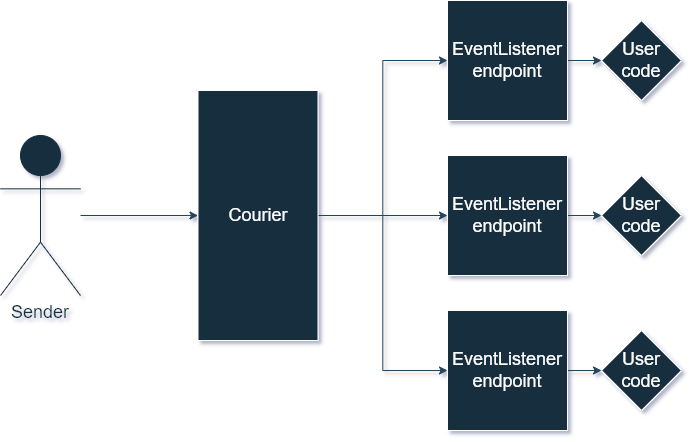
Above: docs/2-essentials/images/event-listener-package-life-cycle.drawio.png in VasiliyKolihalov/FatNetLib (draw.io), before the change. Source tidied: cells renumbered, new cells last; positions are measured from the earlier drawing's top-left corner, leaving out a move shared by most shapes.
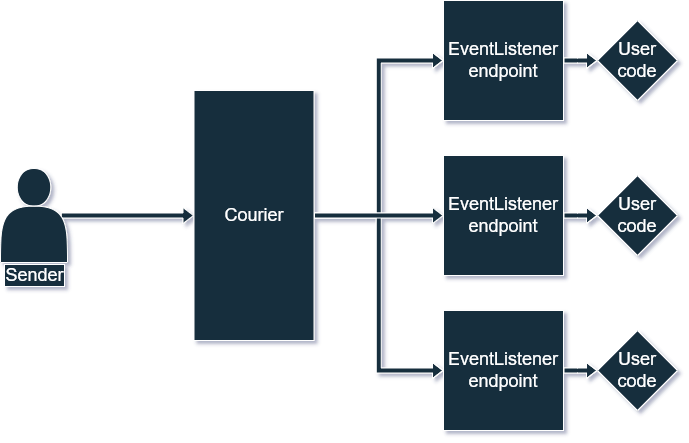
After the commit.

What changed in the source:
```diff
@@ -2,34 +2,31 @@
   <root>
     <mxCell id="0" />
     <mxCell id="1" parent="0" />
-    <mxCell id="2" style="edgeStyle=orthogonalEdgeStyle;rounded=0;jettySize=auto;html=1;entryX=0;entryY=0.5;entryDx=0;entryDy=0;strokeColor=#23445D;" parent="1" edge="1" source="5" target="12">
-      <mxGeometry relative="1" as="geometry" />
-    </mxCell>
-    <mxCell id="3" style="edgeStyle=orthogonalEdgeStyle;rounded=0;jettySize=auto;html=1;strokeColor=#23445D;" parent="1" edge="1" source="5" target="8">
+    <mxCell id="3" style="edgeStyle=orthogonalEdgeStyle;rounded=0;jettySize=auto;html=1;strokeColor=#FFFFFF;shape=flexArrow;fontSize=18;strokeWidth=1;shadow=0;fillColor=#182E3E;arcSize=20;endSize=3.1619047619047618;width=5;startWidth=20;endWidth=10;" parent="1" edge="1" source="5" target="8">
       <mxGeometry relative="1" as="geometry" />
     </mxCell>
-    <mxCell id="4" style="edgeStyle=orthogonalEdgeStyle;rounded=0;jettySize=auto;html=1;exitX=1;exitY=0.5;exitDx=0;exitDy=0;entryX=0;entryY=0.5;entryDx=0;entryDy=0;strokeColor=#23445D;" parent="1" edge="1" source="5" target="10">
+    <mxCell id="4" style="edgeStyle=orthogonalEdgeStyle;rounded=0;jettySize=auto;html=1;exitX=1;exitY=0.5;exitDx=0;exitDy=0;entryX=0;entryY=0.5;entryDx=0;entryDy=0;strokeColor=#FFFFFF;shape=flexArrow;fontSize=18;strokeWidth=1;shadow=0;fillColor=#182E3E;arcSize=20;endSize=3.1619047619047618;width=5;endWidth=10;" parent="1" edge="1" source="5" target="10">
       <mxGeometry relative="1" as="geometry" />
     </mxCell>
     <mxCell id="5" value="Courier" style="rounded=0;whiteSpace=wrap;html=1;strokeColor=#FFFFFF;fontColor=#FFFFFF;fillColor=#182E3E;labelBackgroundColor=none;fontSize=18;" parent="1" vertex="1">
       <mxGeometry x="197.5" y="90" width="120" height="250" as="geometry" />
     </mxCell>
-    <mxCell id="6" style="edgeStyle=orthogonalEdgeStyle;rounded=0;jettySize=auto;html=1;strokeColor=#23445D;" parent="1" edge="1" source="16" target="5">
+    <mxCell id="6" style="edgeStyle=orthogonalEdgeStyle;rounded=0;jettySize=auto;html=1;strokeColor=#FFFFFF;shape=flexArrow;fontSize=18;strokeWidth=1;shadow=0;fillColor=#182E3E;arcSize=20;endSize=3.1619047619047618;width=5;endWidth=10;exitX=0.9;exitY=0.5;exitDx=0;exitDy=0;exitPerimeter=0;" parent="1" edge="1" source="17" target="5">
       <mxGeometry relative="1" as="geometry" />
     </mxCell>
-    <mxCell id="7" style="edgeStyle=orthogonalEdgeStyle;rounded=0;jettySize=auto;html=1;entryX=0;entryY=0.5;entryDx=0;entryDy=0;strokeColor=#23445D;" parent="1" edge="1" source="8" target="13">
+    <mxCell id="7" style="edgeStyle=orthogonalEdgeStyle;rounded=0;jettySize=auto;html=1;entryX=0;entryY=0.5;entryDx=0;entryDy=0;strokeColor=#FFFFFF;shape=flexArrow;fontSize=18;strokeWidth=1;shadow=0;fillColor=#182E3E;arcSize=20;endSize=3.1619047619047618;width=5;endWidth=10;" parent="1" edge="1" source="8" target="13">
       <mxGeometry relative="1" as="geometry" />
     </mxCell>
     <mxCell id="8" value="EventListener&lt;br&gt;endpoint" style="rounded=0;whiteSpace=wrap;html=1;strokeColor=#FFFFFF;fontColor=#FFFFFF;fillColor=#182E3E;labelBackgroundColor=none;fontSize=18;" parent="1" vertex="1">
       <mxGeometry x="447" width="120" height="120" as="geometry" />
     </mxCell>
-    <mxCell id="9" style="edgeStyle=orthogonalEdgeStyle;rounded=0;jettySize=auto;html=1;entryX=0;entryY=0.5;entryDx=0;entryDy=0;strokeColor=#23445D;" parent="1" edge="1" source="10" target="15">
+    <mxCell id="9" style="edgeStyle=orthogonalEdgeStyle;rounded=0;jettySize=auto;html=1;entryX=0;entryY=0.5;entryDx=0;entryDy=0;strokeColor=#FFFFFF;shape=flexArrow;fontSize=18;strokeWidth=1;shadow=0;fillColor=#182E3E;arcSize=20;endSize=3.1619047619047618;width=5;endWidth=10;" parent="1" edge="1" source="10" target="15">
       <mxGeometry relative="1" as="geometry" />
     </mxCell>
     <mxCell id="10" value="EventListener&lt;br&gt;endpoint" style="rounded=0;whiteSpace=wrap;html=1;strokeColor=#FFFFFF;fontColor=#FFFFFF;fillColor=#182E3E;labelBackgroundColor=none;fontSize=18;" parent="1" vertex="1">
       <mxGeometry x="447" y="310" width="120" height="120" as="geometry" />
     </mxCell>
-    <mxCell id="11" style="edgeStyle=orthogonalEdgeStyle;rounded=0;jettySize=auto;html=1;entryX=0;entryY=0.5;entryDx=0;entryDy=0;strokeColor=#23445D;" parent="1" edge="1" source="12" target="14">
+    <mxCell id="11" style="edgeStyle=orthogonalEdgeStyle;rounded=0;jettySize=auto;html=1;entryX=0;entryY=0.5;entryDx=0;entryDy=0;strokeColor=#FFFFFF;shape=flexArrow;fontSize=18;strokeWidth=1;shadow=0;fillColor=#182E3E;arcSize=20;endSize=3.1619047619047618;width=5;endWidth=10;" parent="1" edge="1" source="12" target="14">
       <mxGeometry relative="1" as="geometry" />
     </mxCell>
     <mxCell id="12" value="EventListener&lt;br&gt;endpoint" style="rounded=0;whiteSpace=wrap;html=1;strokeColor=#FFFFFF;fontColor=#FFFFFF;fillColor=#182E3E;labelBackgroundColor=none;fontSize=18;" parent="1" vertex="1">
@@ -44,8 +41,14 @@
     <mxCell id="15" value="User code" style="rhombus;whiteSpace=wrap;html=1;labelBackgroundColor=none;fillColor=#182E3E;strokeColor=#FFFFFF;fontColor=#FFFFFF;fontSize=18;" parent="1" vertex="1">
       <mxGeometry x="601" y="330" width="80" height="80" as="geometry" />
     </mxCell>
+    <mxCell id="17" style="whiteSpace=wrap;html=1;labelBackgroundColor=none;fillColor=#182E3E;strokeColor=#FFFFFF;fontColor=#FFFFFF;fontSize=18;shape=actor;verticalLabelPosition=bottom;verticalAlign=top;outlineConnect=0;" parent="1" vertex="1">
+      <mxGeometry x="4" y="168" width="67" height="94" as="geometry" />
+    </mxCell>
-    <mxCell id="16" value="&lt;font color=&quot;#182e3e&quot;&gt;Sender&lt;/font&gt;" style="whiteSpace=wrap;html=1;labelBackgroundColor=none;fillColor=#182E3E;strokeColor=#182E3E;fontColor=#FFFFFF;fontSize=18;shape=umlActor;verticalLabelPosition=bottom;verticalAlign=top;outlineConnect=0;" parent="1" vertex="1">
-      <mxGeometry y="135" width="80" height="160" as="geometry" />
+    <mxCell id="16" value="&lt;font style=&quot;font-size: 18px;&quot;&gt;Sender&lt;/font&gt;" style="edgeLabel;html=1;align=center;verticalAlign=middle;points=[];fontColor=#FFFFFF;labelBackgroundColor=#182E3E;labelBorderColor=#FFFFFF;" parent="1" vertex="1">
+      <mxGeometry x="37.5" y="275" as="geometry" />
     </mxCell>
+    <mxCell id="2" style="edgeStyle=orthogonalEdgeStyle;rounded=0;jettySize=auto;html=1;entryX=0;entryY=0.5;entryDx=0;entryDy=0;strokeColor=#FFFFFF;shape=flexArrow;fontSize=18;strokeWidth=1;shadow=0;fillColor=#182E3E;arcSize=20;endSize=3.1619047619047618;width=5;endWidth=10;" parent="1" edge="1" source="5" target="12">
+      <mxGeometry relative="1" as="geometry" />
+    </mxCell>
   </root>
 </mxGraphModel>
```
